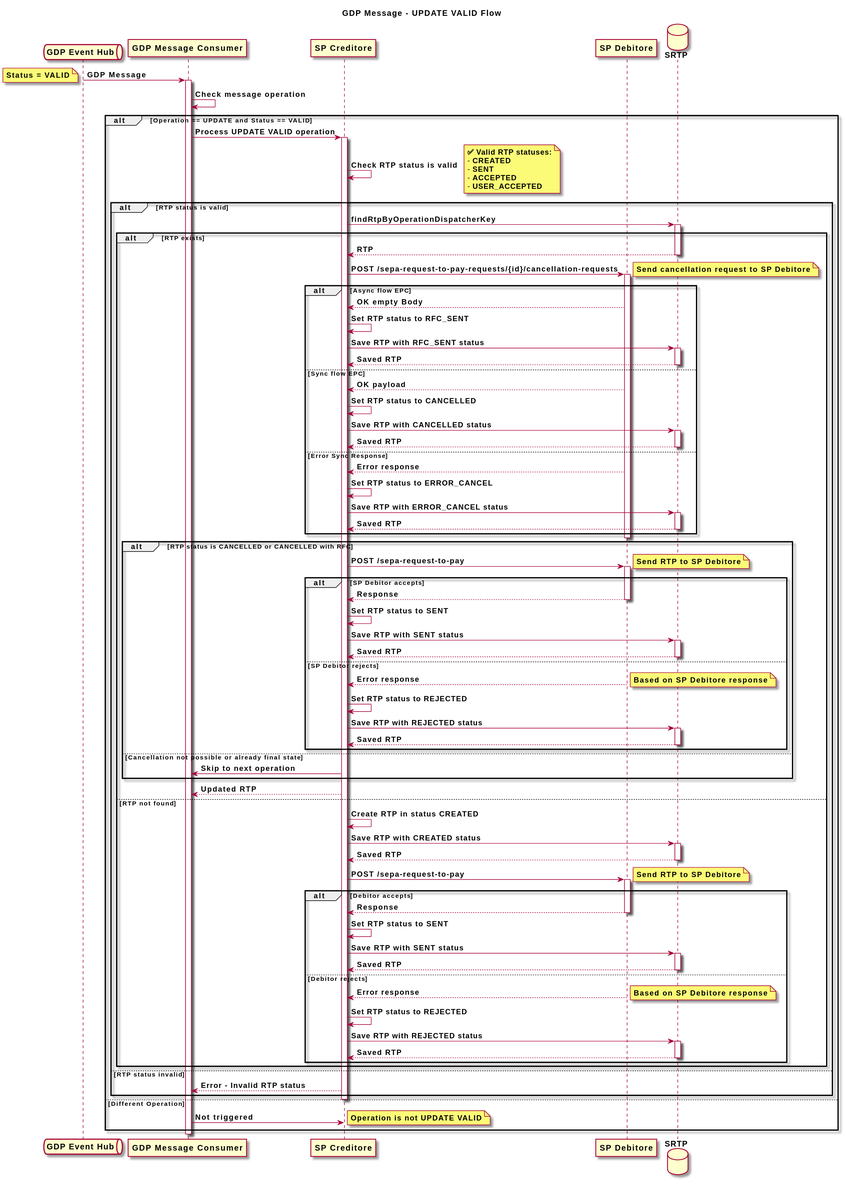
The PlantUML diagram diagrams/update-valid-queue-schema.svg in pagopa/rtp-docs, before a commit.
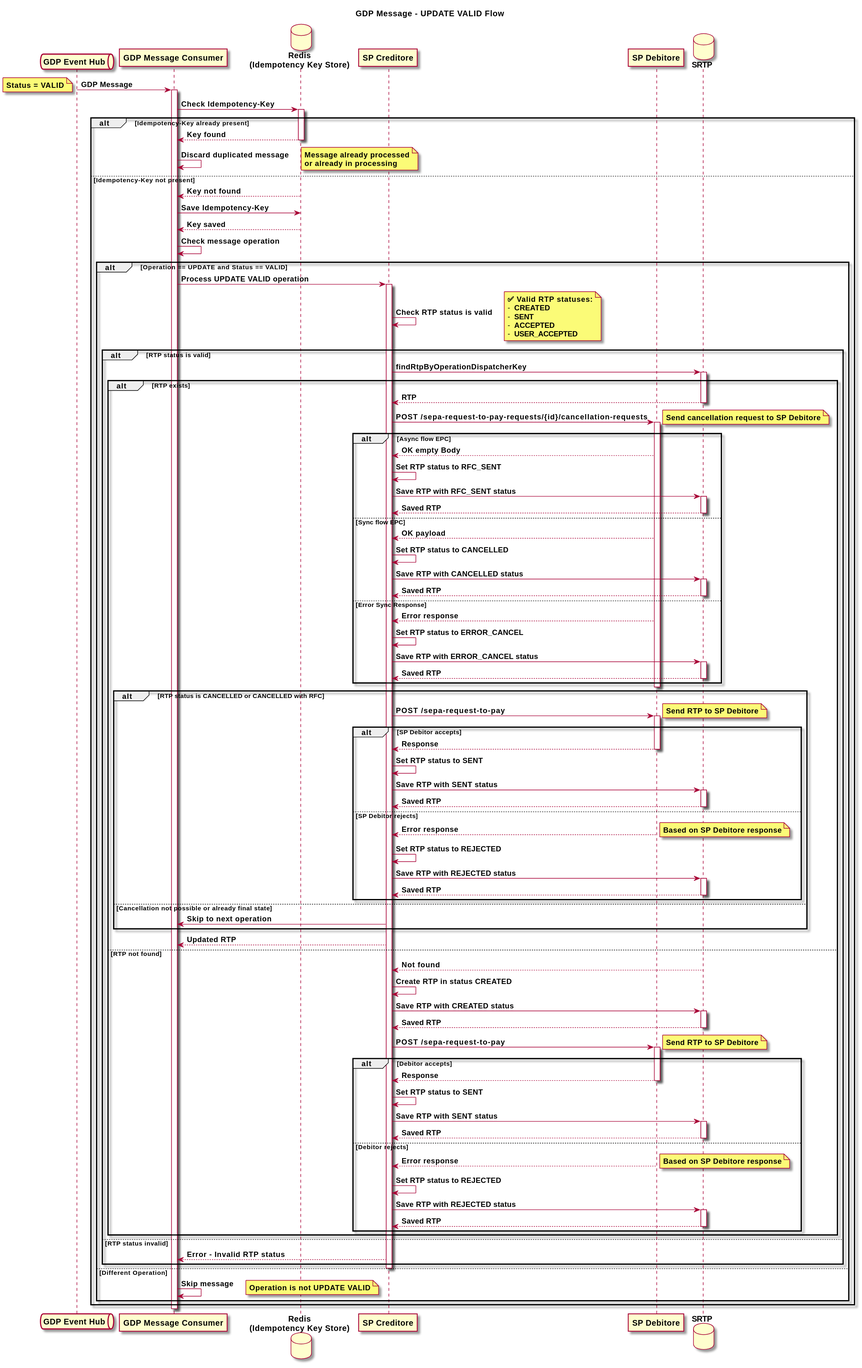
The same diagram one commit later.

Commit message:
feat: [SRTP-1556] add redis to update valid schema

Change to the diagram source:
```diff
@@ -4,6 +4,7 @@
 
 queue "**GDP Event Hub**" as Queue
 participant "**GDP Message Consumer**" as Consumer
+database "**Redis**\n**(Idempotency Key Store)**" as REDIS
 participant "**SP Creditore**" as SPC
 participant "**SP Debitore**" as SPD
 database "**SRTP**" as SRTP
@@ -12,142 +13,160 @@
 note left: **Status = VALID**
 
 activate Consumer
-Consumer -> Consumer: **Check message operation**
 
-alt **Operation == UPDATE and Status == VALID**
-  Consumer -> SPC: **Process UPDATE VALID operation**
-  activate SPC
+Consumer -> REDIS: **Check Idempotency-Key**
+activate REDIS
 
-  SPC -> SPC: **Check RTP status is valid**
+alt **Idempotency-Key already present**
+  REDIS --> Consumer: **Key found**
+  deactivate REDIS
+
+  Consumer -> Consumer: **Discard duplicated message**
   note right
-    **✅ Valid RTP statuses:**
-    - **CREATED**
-    - **SENT**
-    - **ACCEPTED**
-    - **USER_ACCEPTED**
+    **Message already processed**
+    **or already in processing**
   end note
 
-  alt **RTP status is valid**
-    SPC -> SRTP: **findRtpByOperationDispatcherKey**
-    activate SRTP
+else **Idempotency-Key not present**
+  REDIS --> Consumer: **Key not found**
+  Consumer -> REDIS: **Save Idempotency-Key**
+  REDIS --> Consumer: **Key saved**
+  deactivate REDIS
 
-    alt **RTP exists**
-      SRTP --> SPC: **RTP**
-      deactivate SRTP
+  Consumer -> Consumer: **Check message operation**
 
+  alt **Operation == UPDATE and Status == VALID**
+    Consumer -> SPC: **Process UPDATE VALID operation**
+    activate SPC
 
-      SPC -> SPD: **POST /sepa-request-to-pay-requests/{id}/cancellation-requests**
-      note right: **Send cancellation request to SP Debitore**
-      activate SPD
+    SPC -> SPC: **Check RTP status is valid**
+    note right
+      **✅ Valid RTP statuses:**
+      - **CREATED**
+      - **SENT**
+      - **ACCEPTED**
+      - **USER_ACCEPTED**
+    end note
 
-      alt **Async flow EPC**
-        SPD --> SPC: **OK empty Body**
-        SPC -> SPC: **Set RTP status to RFC_SENT**
-        SPC -> SRTP: **Save RTP with RFC_SENT status**
-        activate SRTP
-        SRTP --> SPC: **Saved RTP**
+    alt **RTP status is valid**
+      SPC -> SRTP: **findRtpByOperationDispatcherKey**
+      activate SRTP
+
+      alt **RTP exists**
+        SRTP --> SPC: **RTP**
         deactivate SRTP
-      else **Sync flow EPC**
-        SPD --> SPC: **OK payload**
-        SPC -> SPC: **Set RTP status to CANCELLED**
-        SPC -> SRTP: **Save RTP with CANCELLED status**
+
+        SPC -> SPD: **POST /sepa-request-to-pay-requests/{id}/cancellation-requests**
+        note right: **Send cancellation request to SP Debitore**
+        activate SPD
+
+        alt **Async flow EPC**
+          SPD --> SPC: **OK empty Body**
+          SPC -> SPC: **Set RTP status to RFC_SENT**
+          SPC -> SRTP: **Save RTP with RFC_SENT status**
+          activate SRTP
+          SRTP --> SPC: **Saved RTP**
+          deactivate SRTP
+
+        else **Sync flow EPC**
+          SPD --> SPC: **OK payload**
+          SPC -> SPC: **Set RTP status to CANCELLED**
+          SPC -> SRTP: **Save RTP with CANCELLED status**
+          activate SRTP
+          SRTP --> SPC: **Saved RTP**
+          deactivate SRTP
+
+        else **Error Sync Response**
+          SPD --> SPC: **Error response**
+          SPC -> SPC: **Set RTP status to ERROR_CANCEL**
+          SPC -> SRTP: **Save RTP with ERROR_CANCEL status**
+          activate SRTP
+          SRTP --> SPC: **Saved RTP**
+          deactivate SRTP
+        end
+
+        deactivate SPD
+
+        alt **RTP status is CANCELLED or CANCELLED with RFC**
+          SPC -> SPD: **POST /sepa-request-to-pay**
+          note right: **Send RTP to SP Debitore**
+          activate SPD
+
+          alt **SP Debitor accepts**
+            SPD --> SPC: **Response**
+            deactivate SPD
+
+            SPC -> SPC: **Set RTP status to SENT**
+            SPC -> SRTP: **Save RTP with SENT status**
+            activate SRTP
+            SRTP --> SPC: **Saved RTP**
+            deactivate SRTP
+
+          else **SP Debitor rejects**
+            SPD --> SPC: **Error response**
+            deactivate SPD
+            note right: **Based on SP Debitore response**
+
+            SPC -> SPC: **Set RTP status to REJECTED**
+            SPC -> SRTP: **Save RTP with REJECTED status**
+            activate SRTP
+            SRTP --> SPC: **Saved RTP**
+            deactivate SRTP
+          end
+
+        else **Cancellation not possible or already final state**
+          SPC -> Consumer: **Skip to next operation**
+        end
+
+        SPC --> Consumer: **Updated RTP**
+
+      else **RTP not found**
+        SRTP --> SPC: **Not found**
+        deactivate SRTP
+
+        SPC -> SPC: **Create RTP in status CREATED**
+        SPC -> SRTP: **Save RTP with CREATED status**
         activate SRTP
         SRTP --> SPC: **Saved RTP**
         deactivate SRTP
 
-      else **Error Sync Response**
-        SPD --> SPC: **Error response**
-        SPC -> SPC: **Set RTP status to ERROR_CANCEL**
-        SPC -> SRTP: **Save RTP with ERROR_CANCEL status**
-        activate SRTP
-        SRTP --> SPC: **Saved RTP**
-        deactivate SRTP
-      end
-
-      deactivate SPD
-
-      alt **RTP status is CANCELLED or CANCELLED with RFC**
         SPC -> SPD: **POST /sepa-request-to-pay**
         note right: **Send RTP to SP Debitore**
         activate SPD
 
-        alt **SP Debitor accepts**
+        alt **Debitor accepts**
           SPD --> SPC: **Response**
           deactivate SPD
 
           SPC -> SPC: **Set RTP status to SENT**
-
           SPC -> SRTP: **Save RTP with SENT status**
           activate SRTP
           SRTP --> SPC: **Saved RTP**
           deactivate SRTP
 
-        else **SP Debitor rejects**
+        else **Debitor rejects**
           SPD --> SPC: **Error response**
           deactivate SPD
           note right: **Based on SP Debitore response**
 
           SPC -> SPC: **Set RTP status to REJECTED**
-
           SPC -> SRTP: **Save RTP with REJECTED status**
           activate SRTP
           SRTP --> SPC: **Saved RTP**
           deactivate SRTP
         end
-
-      else **Cancellation not possible or already final state**
-        SPC -> Consumer: **Skip to next operation**
       end
 
-      SPC --> Consumer: **Updated RTP**
-
-    else **RTP not found**
-      deactivate SRTP
-
-      SPC -> SPC: **Create RTP in status CREATED**
-
-      SPC -> SRTP: **Save RTP with CREATED status**
-      activate SRTP
-      SRTP --> SPC: **Saved RTP**
-      deactivate SRTP
-
-      SPC -> SPD: **POST /sepa-request-to-pay**
-      note right: **Send RTP to SP Debitore**
-      activate SPD
-
-      alt **Debitor accepts**
-        SPD --> SPC: **Response**
-        deactivate SPD
-
-        SPC -> SPC: **Set RTP status to SENT**
-
-        SPC -> SRTP: **Save RTP with SENT status**
-        activate SRTP
-        SRTP --> SPC: **Saved RTP**
-        deactivate SRTP
-
-      else **Debitor rejects**
-        SPD --> SPC: **Error response**
-        deactivate SPD
-        note right: **Based on SP Debitore response**
-
-        SPC -> SPC: **Set RTP status to REJECTED**
-
-        SPC -> SRTP: **Save RTP with REJECTED status**
-        activate SRTP
-        SRTP --> SPC: **Saved RTP**
-        deactivate SRTP
-      end
+    else **RTP status invalid**
+      SPC --> Consumer: **Error - Invalid RTP status**
     end
 
-  else **RTP status invalid**
-    SPC --> Consumer: **Error - Invalid RTP status**
+    deactivate SPC
+
+  else **Different Operation**
+    Consumer -> Consumer: **Skip message**
+    note right: **Operation is not UPDATE VALID**
   end
-  deactivate SPC
-
-else **Different Operation**
-  Consumer -> SPC: **Not triggered**
-  note right: **Operation is not UPDATE VALID**
 end
 
 deactivate Consumer
```
